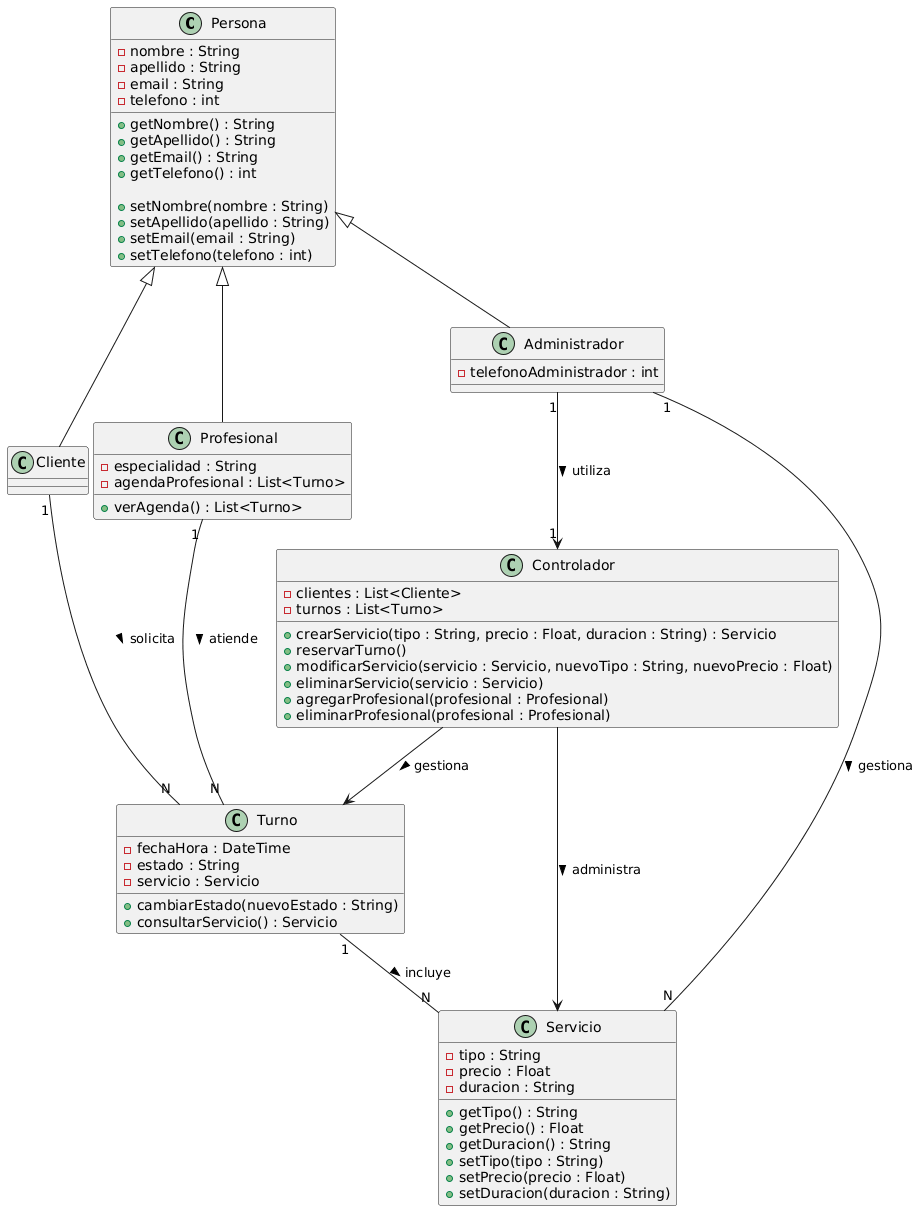
Juamppa/practica-profesionalizante-1 keeps this PlantUML diagram as Documentacion/06 Diagrama de clases/Diagrama de clases.png. Above is the earlier version.
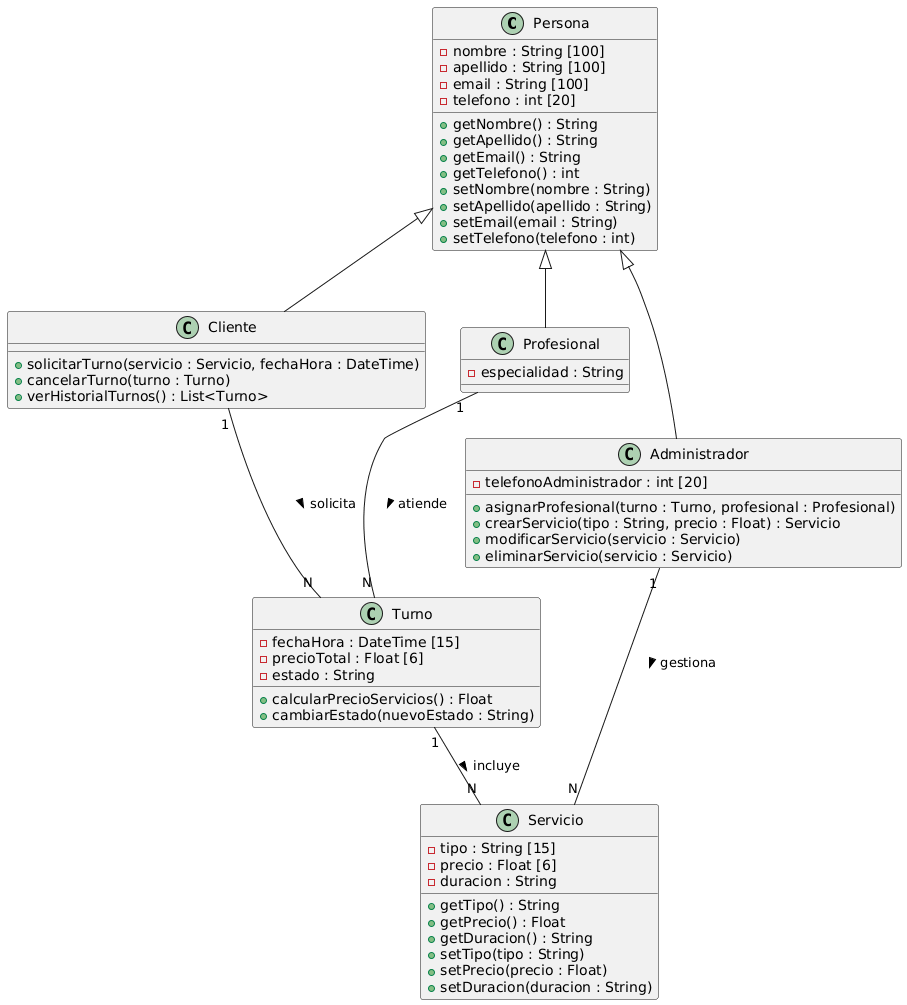
After the change.

Diff of the diagram source:
```diff
@@ -1,18 +1,13 @@
 @startuml
-!pragma teoz true
-
-
 class Persona {
-  - nombre : String
-  - apellido : String
-  - email : String
-  - telefono : int
-
+  - nombre : String [100]
+  - apellido : String [100]
+  - email : String [100]
+  - telefono : int [20]
   + getNombre() : String
   + getApellido() : String
   + getEmail() : String
   + getTelefono() : int
-
   + setNombre(nombre : String)
   + setApellido(apellido : String)
   + setEmail(email : String)
@@ -20,51 +15,41 @@
 }
 
 class Cliente {
+  + solicitarTurno(servicio : Servicio, fechaHora : DateTime)
+  + cancelarTurno(turno : Turno)
+  + verHistorialTurnos() : List<Turno>
 }
 
 class Profesional {
   - especialidad : String
-  - agendaProfesional : List<Turno>
-
-  + verAgenda() : List<Turno>
 }
 
 class Administrador {
-  - telefonoAdministrador : int
+  - telefonoAdministrador : int [20]
+  + asignarProfesional(turno : Turno, profesional : Profesional)
+  + crearServicio(tipo : String, precio : Float) : Servicio
+  + modificarServicio(servicio : Servicio)
+  + eliminarServicio(servicio : Servicio)
 }
 
 class Turno {
-  - fechaHora : DateTime
+  - fechaHora : DateTime [15]
+  - precioTotal : Float [6]
   - estado : String
-  - servicio : Servicio
-
+  + calcularPrecioServicios() : Float
   + cambiarEstado(nuevoEstado : String)
-  + consultarServicio() : Servicio
 }
 
 class Servicio {
-  - tipo : String
-  - precio : Float
+  - tipo : String [15]
+  - precio : Float [6]
   - duracion : String
-
   + getTipo() : String
   + getPrecio() : Float
   + getDuracion() : String
   + setTipo(tipo : String)
   + setPrecio(precio : Float)
   + setDuracion(duracion : String)
-}
-
-class Controlador {
-  - clientes : List<Cliente>
-  - turnos : List<Turno>
-
-  + crearServicio(tipo : String, precio : Float, duracion : String) : Servicio
-  + reservarTurno()
-  + modificarServicio(servicio : Servicio, nuevoTipo : String, nuevoPrecio : Float)
-  + eliminarServicio(servicio : Servicio)
-  + agregarProfesional(profesional : Profesional)
-  + eliminarProfesional(profesional : Profesional)
 }
 
 Persona <|-- Cliente
@@ -75,8 +60,4 @@
 Profesional "1" -- "N" Turno : atiende >
 Administrador "1" -- "N" Servicio : gestiona >
 Turno "1" -- "N" Servicio : incluye >
-
-Administrador "1" --> "1" Controlador : utiliza >
-Controlador --> Turno : gestiona >
-Controlador --> Servicio : administra >
 @enduml
```
